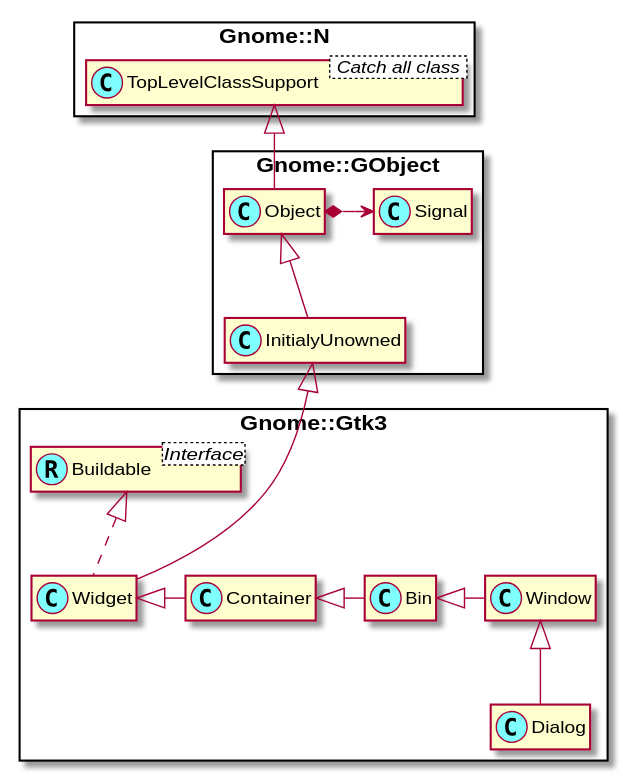
Earlier version of the PlantUML export docs/content-docs/reference/Gtk3/plantuml/Dialog.svg (MARTIMM/gnome-gtk3). Its diagram source:
```plantuml
@startuml
skinparam packageStyle rectangle
skinparam stereotypeCBackgroundColor #80ffff
set namespaceSeparator ::
hide members

class Gnome::N::TopLevelClassSupport < Catch all class >

Interface Gnome::Gtk3::Buildable <Interface>
class Gnome::Gtk3::Buildable <<(R,#80ffff)>>



Gnome::N::TopLevelClassSupport <|-- Gnome::GObject::Object
Gnome::GObject::Object <|-- Gnome::GObject::InitialyUnowned
Gnome::GObject::Object *-> Gnome::GObject::Signal

Gnome::GObject::InitialyUnowned <|--- Gnome::Gtk3::Widget

Gnome::Gtk3::Widget <|- Gnome::Gtk3::Container
Gnome::Gtk3::Container <|- Gnome::Gtk3::Bin
Gnome::Gtk3::Bin <|- Gnome::Gtk3::Window
Gnome::Gtk3::Window <|-- Gnome::Gtk3::Dialog


Gnome::Gtk3::Buildable <|.. Gnome::Gtk3::Widget

@enduml
```
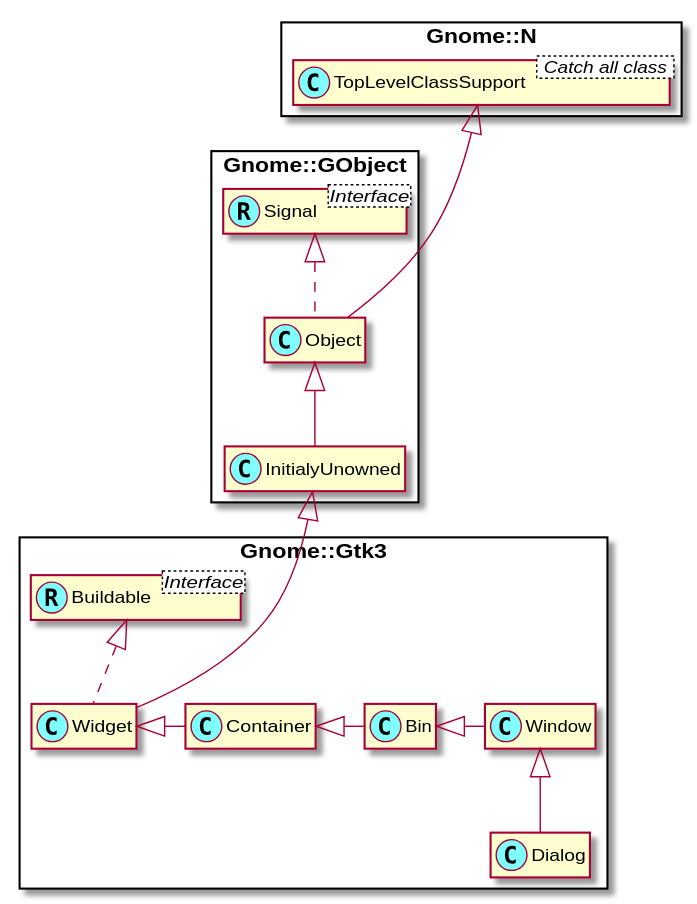
After the commit.

Change to the diagram source:
```diff
@@ -6,14 +6,17 @@
 
 class Gnome::N::TopLevelClassSupport < Catch all class >
 
+Interface Gnome::GObject::Signal <Interface>
+class Gnome::GObject::Signal <<(R,#80ffff)>>
+
 Interface Gnome::Gtk3::Buildable <Interface>
 class Gnome::Gtk3::Buildable <<(R,#80ffff)>>
 
 
 
-Gnome::N::TopLevelClassSupport <|-- Gnome::GObject::Object
+Gnome::N::TopLevelClassSupport <|--- Gnome::GObject::Object
 Gnome::GObject::Object <|-- Gnome::GObject::InitialyUnowned
-Gnome::GObject::Object *-> Gnome::GObject::Signal
+Gnome::GObject::Signal <|.. Gnome::GObject::Object
 
 Gnome::GObject::InitialyUnowned <|--- Gnome::Gtk3::Widget
 
```
